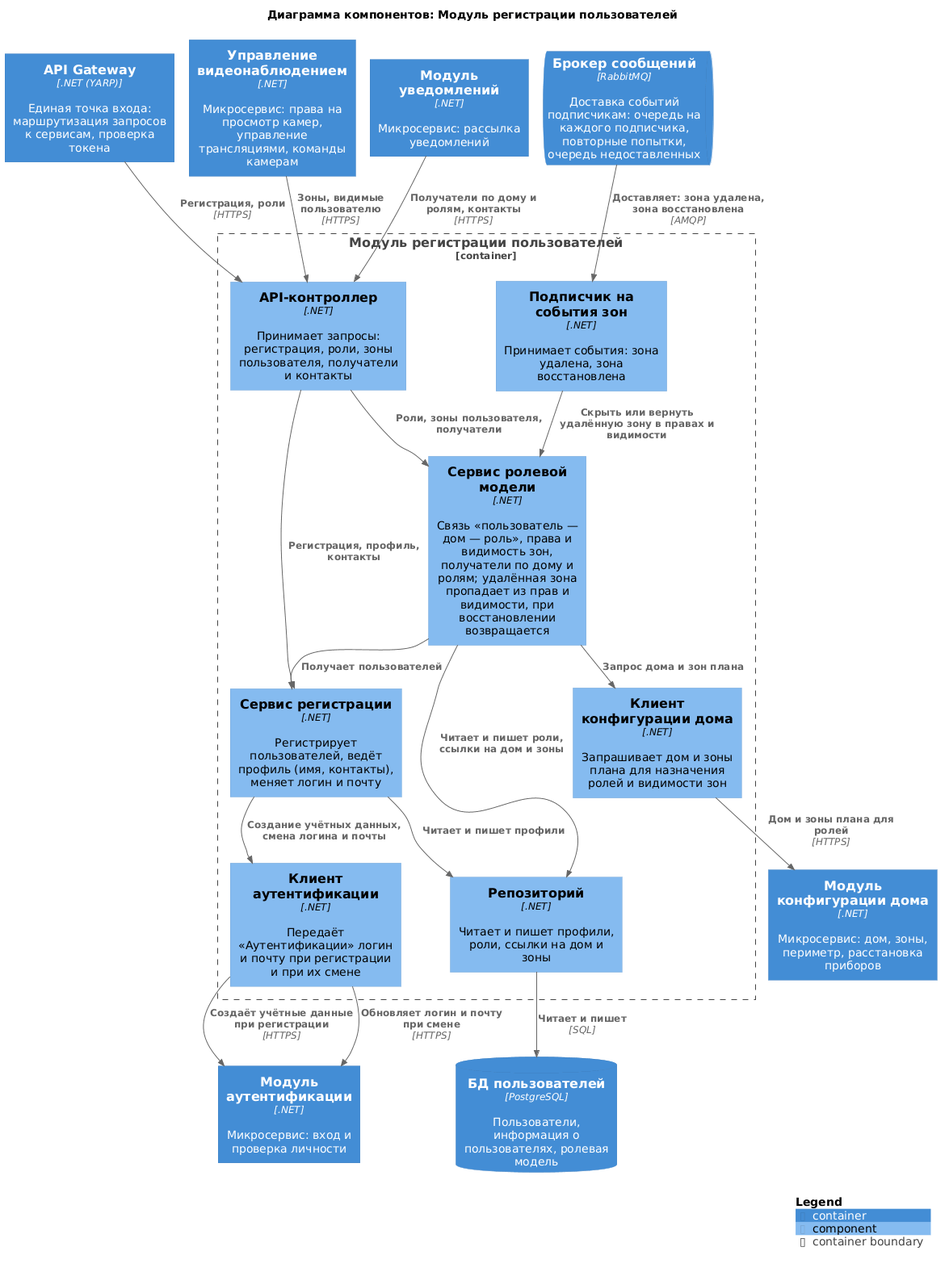
The PlantUML diagram diagrams/components/users.png in Lyamin-av/architecture-warmhouse, before a commit.
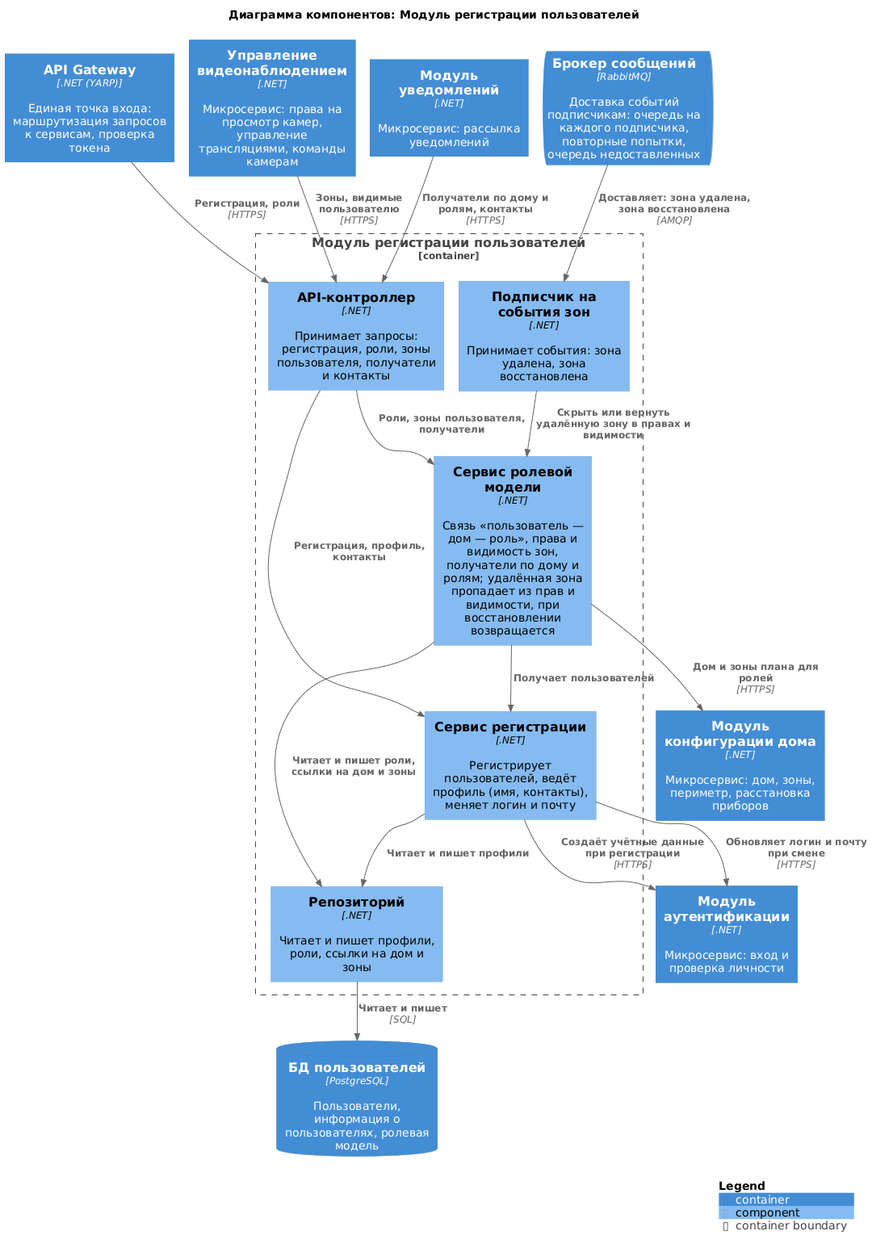
The same diagram one commit later.

Diff of the diagram source:
```diff
@@ -15,8 +15,6 @@
     Component(api, "API-контроллер", ".NET", "Принимает запросы: регистрация, роли, зоны пользователя, получатели и контакты")
     Component(registration, "Сервис регистрации", ".NET", "Регистрирует пользователей, ведёт профиль (имя, контакты), меняет логин и почту")
     Component(roles, "Сервис ролевой модели", ".NET", "Связь «пользователь — дом — роль», права и видимость зон, получатели по дому и ролям; удалённая зона пропадает из прав и видимости, при восстановлении возвращается")
-    Component(authClient, "Клиент аутентификации", ".NET", "Передаёт «Аутентификации» логин и почту при регистрации и при их смене")
-    Component(houseClient, "Клиент конфигурации дома", ".NET", "Запрашивает дом и зоны плана для назначения ролей и видимости зон")
     Component(subscriber, "Подписчик на события зон", ".NET", "Принимает события: зона удалена, зона восстановлена")
     Component(repo, "Репозиторий", ".NET", "Читает и пишет профили, роли, ссылки на дом и зоны")
 }
@@ -30,14 +28,12 @@
 Rel(api, roles, "Роли, зоны пользователя, получатели")
 Rel(roles, registration, "Получает пользователей")
 Rel(subscriber, roles, "Скрыть или вернуть удалённую зону в правах и видимости")
-Rel(registration, authClient, "Создание учётных данных, смена логина и почты")
+Rel(registration, Authentication, "Создаёт учётные данные при регистрации", "HTTPS")
+Rel(registration, Authentication, "Обновляет логин и почту при смене", "HTTPS")
 Rel(registration, repo, "Читает и пишет профили")
 Rel(roles, repo, "Читает и пишет роли, ссылки на дом и зоны")
 
-Rel(roles, houseClient, "Запрос дома и зон плана")
-Rel(houseClient, HouseConfigurator, "Дом и зоны плана для ролей", "HTTPS")
-Rel(authClient, Authentication, "Создаёт учётные данные при регистрации", "HTTPS")
-Rel(authClient, Authentication, "Обновляет логин и почту при смене", "HTTPS")
+Rel(roles, HouseConfigurator, "Дом и зоны плана для ролей", "HTTPS")
 Rel(repo, dbUsers, "Читает и пишет", "SQL")
 
 SHOW_LEGEND()
```
